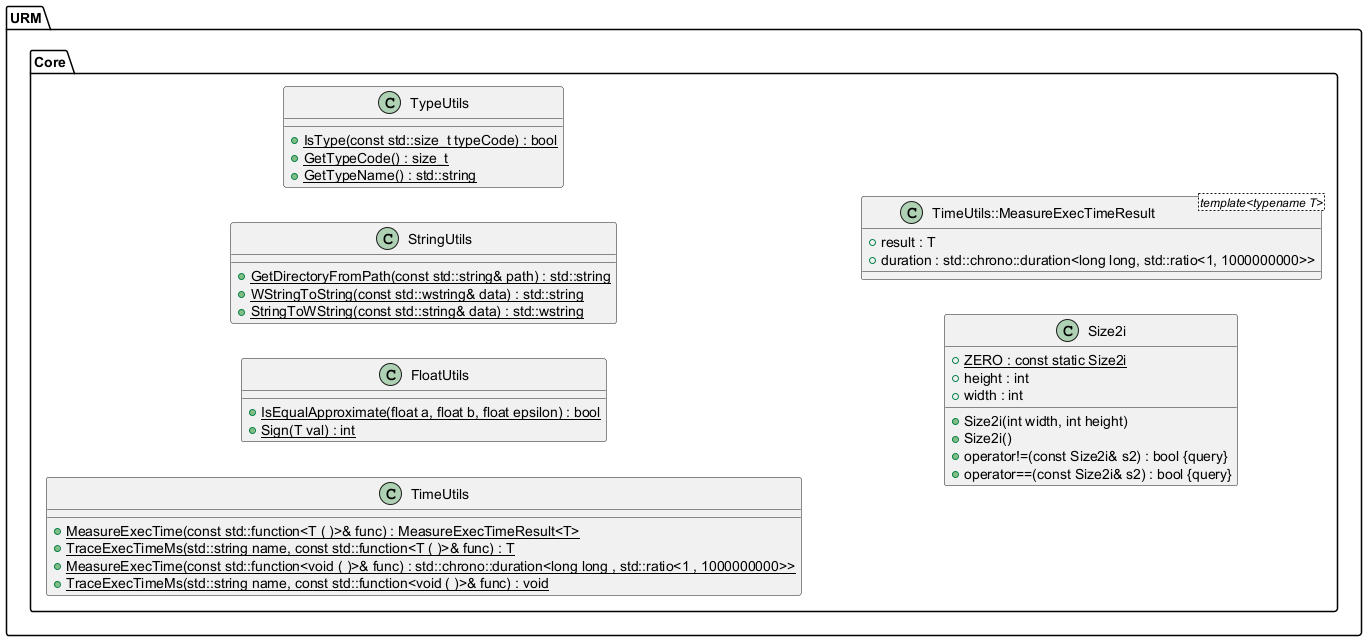
This is Latex/images/UML/utils.png from MinikPLayer/MasterThesis_UniversalRenderingModule_D3D11, a PlantUML export, as it was before one commit. The source it was exported from:
```plantuml
@startuml
left to right direction








namespace URM {
	namespace Core {
		class FloatUtils {
			+{static} IsEqualApproximate(float a, float b, float epsilon) : bool
			+{static} Sign(T val) : int
		}

		class StringUtils {
			+{static} GetDirectoryFromPath(const std::string& path) : std::string
			+{static} WStringToString(const std::wstring& data) : std::string
			+{static} StringToWString(const std::string& data) : std::wstring
		}

		class TimeUtils {
			+{static} MeasureExecTime(const std::function<T ( )>& func) : MeasureExecTimeResult<T>
			+{static} TraceExecTimeMs(std::string name, const std::function<T ( )>& func) : T
			+{static} MeasureExecTime(const std::function<void ( )>& func) : std::chrono::duration<long long , std::ratio<1 , 1000000000>>
			+{static} TraceExecTimeMs(std::string name, const std::function<void ( )>& func) : void
		}

		class TypeUtils {
			+{static} IsType(const std::size_t typeCode) : bool
			+{static} GetTypeCode() : size_t
			+{static} GetTypeName() : std::string
		}

		class Size2i {
			+Size2i(int width, int height)
			+Size2i()
			+operator!=(const Size2i& s2) : bool {query}
			+operator==(const Size2i& s2) : bool {query}
			+{static} ZERO : const static Size2i
			+height : int
			+width : int
		}

		class TimeUtils::MeasureExecTimeResult <template<typename T>> {
			+result : T
			+duration : std::chrono::duration<long long, std::ratio<1, 1000000000>>
		}
	}
}

















URM.Core.TimeUtils +-- URM.Core.TimeUtils.MeasureExecTimeResult




@enduml
```
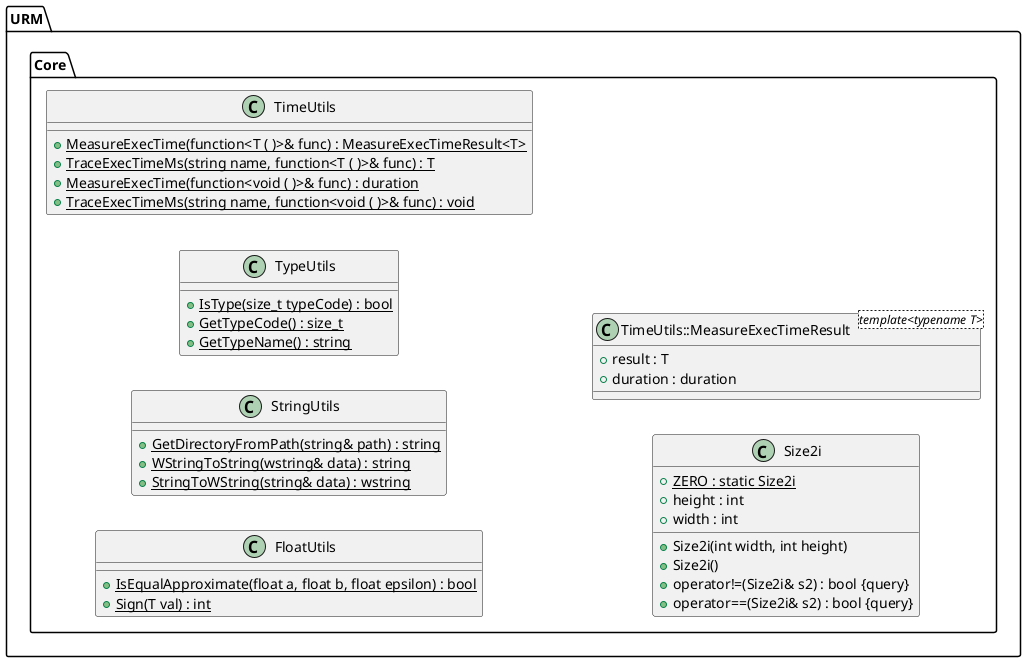
The same diagram one commit later.

What changed in the source:
```diff
@@ -16,37 +16,37 @@
 		}
 
 		class StringUtils {
-			+{static} GetDirectoryFromPath(const std::string& path) : std::string
-			+{static} WStringToString(const std::wstring& data) : std::string
-			+{static} StringToWString(const std::string& data) : std::wstring
+			+{static} GetDirectoryFromPath(string& path) : string
+			+{static} WStringToString(wstring& data) : string
+			+{static} StringToWString(string& data) : wstring
 		}
 
 		class TimeUtils {
-			+{static} MeasureExecTime(const std::function<T ( )>& func) : MeasureExecTimeResult<T>
-			+{static} TraceExecTimeMs(std::string name, const std::function<T ( )>& func) : T
-			+{static} MeasureExecTime(const std::function<void ( )>& func) : std::chrono::duration<long long , std::ratio<1 , 1000000000>>
-			+{static} TraceExecTimeMs(std::string name, const std::function<void ( )>& func) : void
+			+{static} MeasureExecTime(function<T ( )>& func) : MeasureExecTimeResult<T>
+			+{static} TraceExecTimeMs(string name, function<T ( )>& func) : T
+			+{static} MeasureExecTime(function<void ( )>& func) : duration
+			+{static} TraceExecTimeMs(string name, function<void ( )>& func) : void
 		}
 
 		class TypeUtils {
-			+{static} IsType(const std::size_t typeCode) : bool
+			+{static} IsType(size_t typeCode) : bool
 			+{static} GetTypeCode() : size_t
-			+{static} GetTypeName() : std::string
+			+{static} GetTypeName() : string
 		}
 
 		class Size2i {
 			+Size2i(int width, int height)
 			+Size2i()
-			+operator!=(const Size2i& s2) : bool {query}
-			+operator==(const Size2i& s2) : bool {query}
-			+{static} ZERO : const static Size2i
+			+operator!=(Size2i& s2) : bool {query}
+			+operator==(Size2i& s2) : bool {query}
+			+{static} ZERO : static Size2i
 			+height : int
 			+width : int
 		}
 
 		class TimeUtils::MeasureExecTimeResult <template<typename T>> {
 			+result : T
-			+duration : std::chrono::duration<long long, std::ratio<1, 1000000000>>
+			+duration : duration
 		}
 	}
 }
```
